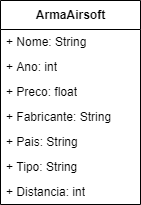
Earlier version of the draw.io export Diagramas/Padrão de projeto-Singleton.drawio.png (danilomichell/Airsoft). Source tidied: cells renumbered, new cells last; positions are measured from the earlier drawing's top-left corner, leaving out a move shared by most shapes. The source it was exported from:
```xml
<mxGraphModel>
  <root>
    <mxCell id="0" />
    <mxCell id="1" parent="0" />
    <mxCell id="2" value="ArmaAirsoft" style="swimlane;fontStyle=1;align=center;verticalAlign=middle;horizontal=1;startSize=29;html=1;" parent="1" vertex="1">
      <mxGeometry width="140" height="204" as="geometry" />
    </mxCell>
    <mxCell id="3" value="+ Nome: String" style="text;html=1;strokeColor=none;fillColor=none;align=left;verticalAlign=middle;spacingLeft=4;spacingRight=4;overflow=hidden;" parent="2" vertex="1">
      <mxGeometry y="29" width="140" height="25" as="geometry" />
    </mxCell>
    <mxCell id="4" value="+ Ano: int" style="text;html=1;strokeColor=none;fillColor=none;align=left;verticalAlign=middle;spacingLeft=4;spacingRight=4;overflow=hidden;" parent="2" vertex="1">
      <mxGeometry y="54" width="140" height="25" as="geometry" />
    </mxCell>
    <mxCell id="5" value="+ Preco: float" style="text;html=1;strokeColor=none;fillColor=none;align=left;verticalAlign=middle;spacingLeft=4;spacingRight=4;overflow=hidden;" parent="2" vertex="1">
      <mxGeometry y="79" width="140" height="25" as="geometry" />
    </mxCell>
    <mxCell id="6" value="+ Fabricante: String" style="text;html=1;strokeColor=none;fillColor=none;align=left;verticalAlign=middle;spacingLeft=4;spacingRight=4;overflow=hidden;points=[[0,0.5],[1,0.5]];portConstraint=eastwest;" parent="2" vertex="1">
      <mxGeometry y="104" width="140" height="25" as="geometry" />
    </mxCell>
    <mxCell id="7" value="+ Pais: String" style="text;html=1;strokeColor=none;fillColor=none;align=left;verticalAlign=middle;spacingLeft=4;spacingRight=4;overflow=hidden;" parent="2" vertex="1">
      <mxGeometry y="129" width="140" height="25" as="geometry" />
    </mxCell>
    <mxCell id="8" value="+ Tipo: String" style="text;html=1;strokeColor=none;fillColor=none;align=left;verticalAlign=middle;spacingLeft=4;spacingRight=4;overflow=hidden;" parent="2" vertex="1">
      <mxGeometry y="154" width="140" height="25" as="geometry" />
    </mxCell>
    <mxCell id="9" value="+ Distancia: int" style="text;html=1;strokeColor=none;fillColor=none;align=left;verticalAlign=middle;spacingLeft=4;spacingRight=4;overflow=hidden;" parent="2" vertex="1">
      <mxGeometry y="179" width="140" height="25" as="geometry" />
    </mxCell>
  </root>
</mxGraphModel>
```
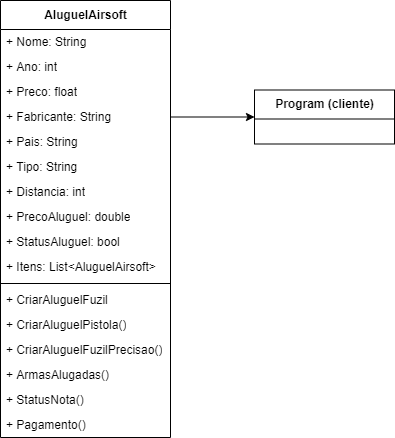
Later version of the same file.

Commit message:
Ajustes finos singleton e diagrama

The edit, as a diff of the source:
```diff
@@ -2,29 +2,65 @@
   <root>
     <mxCell id="0" />
     <mxCell id="1" parent="0" />
-    <mxCell id="2" value="ArmaAirsoft" style="swimlane;fontStyle=1;align=center;verticalAlign=middle;horizontal=1;startSize=29;html=1;" parent="1" vertex="1">
-      <mxGeometry width="140" height="204" as="geometry" />
+    <mxCell id="2" value="AluguelAirsoft" style="swimlane;fontStyle=1;align=center;verticalAlign=middle;horizontal=1;startSize=29;html=1;" parent="1" vertex="1">
+      <mxGeometry width="170" height="437" as="geometry" />
     </mxCell>
     <mxCell id="3" value="+ Nome: String" style="text;html=1;strokeColor=none;fillColor=none;align=left;verticalAlign=middle;spacingLeft=4;spacingRight=4;overflow=hidden;" parent="2" vertex="1">
-      <mxGeometry y="29" width="140" height="25" as="geometry" />
+      <mxGeometry y="29" width="170" height="25" as="geometry" />
     </mxCell>
     <mxCell id="4" value="+ Ano: int" style="text;html=1;strokeColor=none;fillColor=none;align=left;verticalAlign=middle;spacingLeft=4;spacingRight=4;overflow=hidden;" parent="2" vertex="1">
-      <mxGeometry y="54" width="140" height="25" as="geometry" />
+      <mxGeometry y="54" width="170" height="25" as="geometry" />
     </mxCell>
     <mxCell id="5" value="+ Preco: float" style="text;html=1;strokeColor=none;fillColor=none;align=left;verticalAlign=middle;spacingLeft=4;spacingRight=4;overflow=hidden;" parent="2" vertex="1">
-      <mxGeometry y="79" width="140" height="25" as="geometry" />
+      <mxGeometry y="79" width="170" height="25" as="geometry" />
     </mxCell>
     <mxCell id="6" value="+ Fabricante: String" style="text;html=1;strokeColor=none;fillColor=none;align=left;verticalAlign=middle;spacingLeft=4;spacingRight=4;overflow=hidden;points=[[0,0.5],[1,0.5]];portConstraint=eastwest;" parent="2" vertex="1">
-      <mxGeometry y="104" width="140" height="25" as="geometry" />
+      <mxGeometry y="104" width="170" height="25" as="geometry" />
     </mxCell>
     <mxCell id="7" value="+ Pais: String" style="text;html=1;strokeColor=none;fillColor=none;align=left;verticalAlign=middle;spacingLeft=4;spacingRight=4;overflow=hidden;" parent="2" vertex="1">
-      <mxGeometry y="129" width="140" height="25" as="geometry" />
+      <mxGeometry y="129" width="170" height="25" as="geometry" />
     </mxCell>
     <mxCell id="8" value="+ Tipo: String" style="text;html=1;strokeColor=none;fillColor=none;align=left;verticalAlign=middle;spacingLeft=4;spacingRight=4;overflow=hidden;" parent="2" vertex="1">
-      <mxGeometry y="154" width="140" height="25" as="geometry" />
+      <mxGeometry y="154" width="170" height="25" as="geometry" />
     </mxCell>
     <mxCell id="9" value="+ Distancia: int" style="text;html=1;strokeColor=none;fillColor=none;align=left;verticalAlign=middle;spacingLeft=4;spacingRight=4;overflow=hidden;" parent="2" vertex="1">
-      <mxGeometry y="179" width="140" height="25" as="geometry" />
+      <mxGeometry y="179" width="170" height="25" as="geometry" />
     </mxCell>
+    <mxCell id="10" value="+ PrecoAluguel: double" style="text;html=1;strokeColor=none;fillColor=none;align=left;verticalAlign=middle;spacingLeft=4;spacingRight=4;overflow=hidden;" parent="2" vertex="1">
+      <mxGeometry y="204" width="170" height="25" as="geometry" />
+    </mxCell>
+    <mxCell id="11" value="+ StatusAluguel: bool" style="text;html=1;strokeColor=none;fillColor=none;align=left;verticalAlign=middle;spacingLeft=4;spacingRight=4;overflow=hidden;" parent="2" vertex="1">
+      <mxGeometry y="229" width="170" height="25" as="geometry" />
+    </mxCell>
+    <mxCell id="12" value="+ Itens: List&amp;lt;AluguelAirsoft&amp;gt;" style="text;html=1;strokeColor=none;fillColor=none;align=left;verticalAlign=middle;spacingLeft=4;spacingRight=4;overflow=hidden;" parent="2" vertex="1">
+      <mxGeometry y="254" width="170" height="25" as="geometry" />
+    </mxCell>
+    <mxCell id="13" style="line;strokeWidth=1;fillColor=none;align=left;verticalAlign=middle;spacingTop=-1;spacingLeft=3;spacingRight=3;labelPosition=right;" parent="2" vertex="1">
+      <mxGeometry y="279" width="170" height="8" as="geometry" />
+    </mxCell>
+    <mxCell id="14" value="+ CriarAluguelFuzil" style="text;html=1;strokeColor=none;fillColor=none;align=left;verticalAlign=middle;spacingLeft=4;spacingRight=4;overflow=hidden;" parent="2" vertex="1">
+      <mxGeometry y="287" width="170" height="25" as="geometry" />
+    </mxCell>
+    <mxCell id="15" value="+ CriarAluguelPistola()" style="text;html=1;strokeColor=none;fillColor=none;align=left;verticalAlign=middle;spacingLeft=4;spacingRight=4;overflow=hidden;" parent="2" vertex="1">
+      <mxGeometry y="312" width="170" height="25" as="geometry" />
+    </mxCell>
+    <mxCell id="16" value="+ CriarAluguelFuzilPrecisao()" style="text;html=1;strokeColor=none;fillColor=none;align=left;verticalAlign=middle;spacingLeft=4;spacingRight=4;overflow=hidden;" parent="2" vertex="1">
+      <mxGeometry y="337" width="170" height="25" as="geometry" />
+    </mxCell>
+    <mxCell id="17" value="+ ArmasAlugadas()" style="text;html=1;strokeColor=none;fillColor=none;align=left;verticalAlign=middle;spacingLeft=4;spacingRight=4;overflow=hidden;" parent="2" vertex="1">
+      <mxGeometry y="362" width="170" height="25" as="geometry" />
+    </mxCell>
+    <mxCell id="18" value="+ StatusNota()" style="text;html=1;strokeColor=none;fillColor=none;align=left;verticalAlign=middle;spacingLeft=4;spacingRight=4;overflow=hidden;" parent="2" vertex="1">
+      <mxGeometry y="387" width="170" height="25" as="geometry" />
+    </mxCell>
+    <mxCell id="19" value="+ Pagamento()" style="text;html=1;strokeColor=none;fillColor=none;align=left;verticalAlign=middle;spacingLeft=4;spacingRight=4;overflow=hidden;" parent="2" vertex="1">
+      <mxGeometry y="412" width="170" height="25" as="geometry" />
+    </mxCell>
+    <mxCell id="20" value="Program (cliente)" style="swimlane;fontStyle=1;align=center;verticalAlign=middle;horizontal=1;startSize=29;html=1;" parent="1" vertex="1">
+      <mxGeometry x="254" y="89.5" width="140" height="54" as="geometry" />
+    </mxCell>
+    <mxCell id="21" style="edgeStyle=orthogonalEdgeStyle;rounded=0;jettySize=auto;html=1;exitX=1;exitY=0.5;exitDx=0;exitDy=0;entryX=0;entryY=0.5;entryDx=0;entryDy=0;" parent="1" edge="1" source="6" target="20">
+      <mxGeometry relative="1" as="geometry" />
+    </mxCell>
   </root>
 </mxGraphModel>
```
